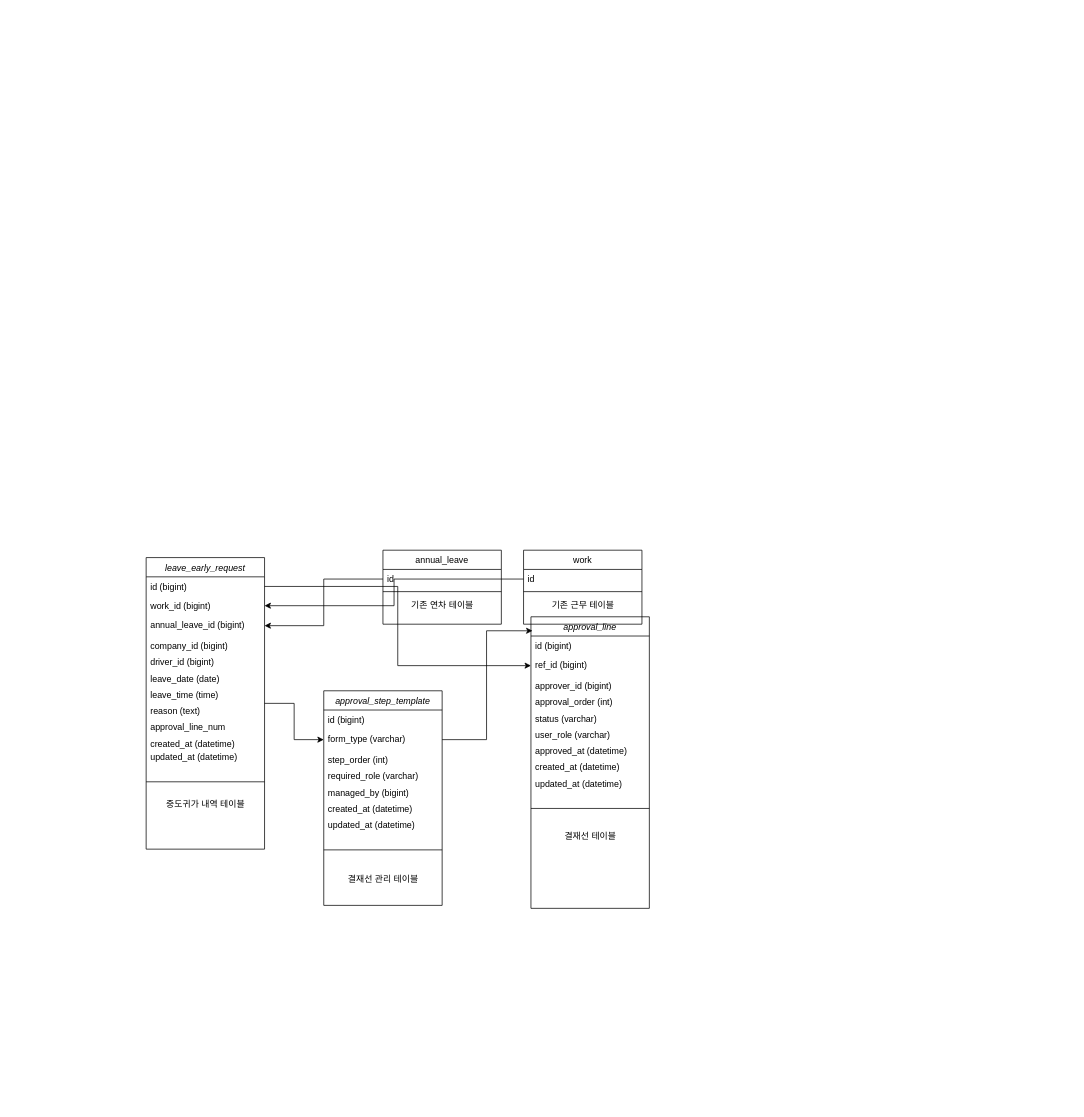
This is leaveEarly.drawio from kikii-develope/system_architecture_design, a draw.io file, before an edit. Source tidied: cells renumbered, new cells numbered last; positions are measured from the earlier drawing's top-left corner, leaving out a move shared by most shapes. Both pictures are drawn from the tidied source at 74%, with x=0, y=0 at pixel (146, 550).
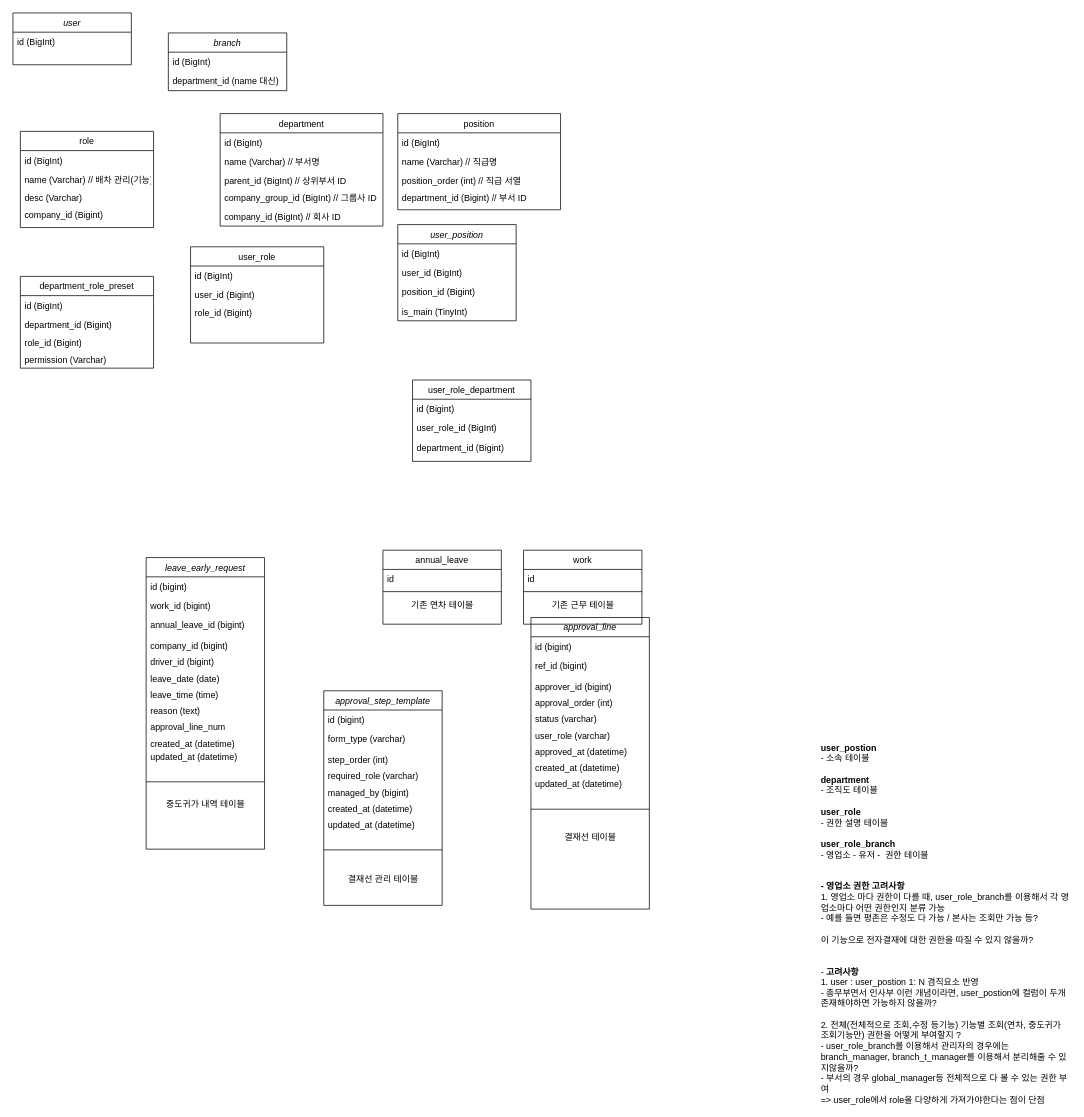
Above is the later version.

Commit message:
사용자 권한 ERD 정리

Unchanged cells that the change refers to:
```xml
<mxCell id="3" value="leave_early_request" style="swimlane;fontStyle=2;align=center;verticalAlign=top;horizontal=1;startSize=26;rounded=0;shadow=0;strokeWidth=1;" parent="1" vertex="1">
  <mxGeometry y="10" width="160" height="394" as="geometry" />
</mxCell>
<mxCell id="4" value="id (bigint)  " style="text;align=left;verticalAlign=top;spacingLeft=4;spacingRight=4;overflow=hidden;points=[[0,0.5],[1,0.5]];portConstraint=eastwest;" parent="3" vertex="1">
  <mxGeometry y="26" width="160" height="26" as="geometry" />
</mxCell>
<mxCell id="5" value="work_id (bigint)" style="text;align=left;verticalAlign=top;spacingLeft=4;spacingRight=4;overflow=hidden;points=[[0,0.5],[1,0.5]];portConstraint=eastwest;" parent="3" vertex="1">
  <mxGeometry y="52" width="160" height="26" as="geometry" />
</mxCell>
<mxCell id="6" value="annual_leave_id (bigint)&#10;" style="text;align=left;verticalAlign=top;spacingLeft=4;spacingRight=4;overflow=hidden;points=[[0,0.5],[1,0.5]];portConstraint=eastwest;rounded=0;shadow=0;html=0;" parent="3" vertex="1">
  <mxGeometry y="78" width="160" height="28" as="geometry" />
</mxCell>
<mxCell id="17" value="id" style="text;align=left;verticalAlign=top;spacingLeft=4;spacingRight=4;overflow=hidden;points=[[0,0.5],[1,0.5]];portConstraint=eastwest;" parent="16" vertex="1">
  <mxGeometry y="26" width="160" height="26" as="geometry" />
</mxCell>
<mxCell id="23" value="ref_id (bigint)" style="text;align=left;verticalAlign=top;spacingLeft=4;spacingRight=4;overflow=hidden;points=[[0,0.5],[1,0.5]];portConstraint=eastwest;rounded=0;shadow=0;html=0;" parent="21" vertex="1">
  <mxGeometry y="52" width="160" height="28" as="geometry" />
</mxCell>
<mxCell id="35" value="form_type (varchar)" style="text;align=left;verticalAlign=top;spacingLeft=4;spacingRight=4;overflow=hidden;points=[[0,0.5],[1,0.5]];portConstraint=eastwest;rounded=0;shadow=0;html=0;" parent="33" vertex="1">
  <mxGeometry y="52" width="160" height="28" as="geometry" />
</mxCell>
<mxCell id="47" value="id" style="text;align=left;verticalAlign=top;spacingLeft=4;spacingRight=4;overflow=hidden;points=[[0,0.5],[1,0.5]];portConstraint=eastwest;" parent="46" vertex="1">
  <mxGeometry y="26" width="160" height="26" as="geometry" />
</mxCell>
```

Diff of the diagram source:
```diff
@@
-    <mxCell id="2" style="edgeStyle=orthogonalEdgeStyle;rounded=0;jettySize=auto;html=1;entryX=0;entryY=0.5;entryDx=0;entryDy=0;" parent="1" edge="1" source="3" target="35">
-      <mxGeometry relative="1" as="geometry" />
-    </mxCell>
@@
-    <mxCell id="20" style="edgeStyle=orthogonalEdgeStyle;rounded=0;jettySize=auto;html=1;entryX=1;entryY=0.5;entryDx=0;entryDy=0;" parent="1" edge="1" source="17" target="6">
-      <mxGeometry relative="1" as="geometry" />
-    </mxCell>
     <mxCell id="21" value="approval_line" style="swimlane;fontStyle=2;align=center;verticalAlign=top;horizontal=1;startSize=26;rounded=0;shadow=0;strokeWidth=1;" parent="1" vertex="1">
-      <mxGeometry x="520" y="90" width="160" height="394" as="geometry" />
+      <mxGeometry x="520" y="91" width="160" height="394" as="geometry" />
     </mxCell>
@@
-    <mxCell id="43" style="edgeStyle=orthogonalEdgeStyle;rounded=0;jettySize=auto;html=1;entryX=0;entryY=0.5;entryDx=0;entryDy=0;" parent="1" edge="1" source="4" target="23">
-      <mxGeometry relative="1" as="geometry" />
-    </mxCell>
-    <mxCell id="44" style="edgeStyle=orthogonalEdgeStyle;rounded=0;jettySize=auto;html=1;entryX=0.013;entryY=0.048;entryDx=0;entryDy=0;entryPerimeter=0;" parent="1" edge="1" source="35" target="21">
-      <mxGeometry relative="1" as="geometry" />
-    </mxCell>
@@
-    <mxCell id="50" style="edgeStyle=orthogonalEdgeStyle;rounded=0;jettySize=auto;html=1;exitX=0;exitY=0.5;exitDx=0;exitDy=0;entryX=1;entryY=0.5;entryDx=0;entryDy=0;" parent="1" edge="1" source="47" target="5">
-      <mxGeometry relative="1" as="geometry" />
-    </mxCell>
+    <mxCell id="51" value="user_position" style="swimlane;fontStyle=2;align=center;verticalAlign=top;horizontal=1;startSize=26;rounded=0;shadow=0;strokeWidth=1;" parent="1" vertex="1">
+      <mxGeometry x="340" y="-440" width="160" height="130" as="geometry" />
+    </mxCell>
+    <mxCell id="52" value="id (BigInt)   " style="text;align=left;verticalAlign=top;spacingLeft=4;spacingRight=4;overflow=hidden;" parent="51" vertex="1">
+      <mxGeometry y="26" width="160" height="26" as="geometry" />
+    </mxCell>
+    <mxCell id="53" value="user_id (BigInt)" style="text;align=left;verticalAlign=top;spacingLeft=4;spacingRight=4;overflow=hidden;rounded=0;shadow=0;html=0;" parent="51" vertex="1">
+      <mxGeometry y="52" width="160" height="26" as="geometry" />
+    </mxCell>
+    <mxCell id="54" value="position_id (Bigint)" style="text;align=left;verticalAlign=top;spacingLeft=4;spacingRight=4;overflow=hidden;rounded=0;shadow=0;html=0;" parent="51" vertex="1">
+      <mxGeometry y="78" width="160" height="26" as="geometry" />
+    </mxCell>
+    <mxCell id="55" value="is_main (TinyInt)" style="text;align=left;verticalAlign=top;spacingLeft=4;spacingRight=4;overflow=hidden;rounded=0;shadow=0;html=0;" parent="51" vertex="1">
+      <mxGeometry y="104" width="160" height="26" as="geometry" />
+    </mxCell>
+    <mxCell id="56" value="department_role_preset" style="swimlane;fontStyle=0;align=center;verticalAlign=top;horizontal=1;startSize=26;rounded=0;shadow=0;strokeWidth=1;" parent="1" vertex="1">
+      <mxGeometry x="-170" y="-370" width="180" height="124" as="geometry" />
+    </mxCell>
+    <mxCell id="57" value="id (BigInt)" style="text;align=left;verticalAlign=top;spacingLeft=4;spacingRight=4;overflow=hidden;" parent="56" vertex="1">
+      <mxGeometry y="26" width="180" height="26" as="geometry" />
+    </mxCell>
+    <mxCell id="58" value="department_id (Bigint)" style="text;align=left;verticalAlign=top;spacingLeft=4;spacingRight=4;overflow=hidden;rounded=0;shadow=0;html=0;" parent="56" vertex="1">
+      <mxGeometry y="52" width="180" height="24" as="geometry" />
+    </mxCell>
+    <mxCell id="59" value="role_id (Bigint)" style="text;align=left;verticalAlign=top;spacingLeft=4;spacingRight=4;overflow=hidden;rounded=0;shadow=0;html=0;" parent="56" vertex="1">
+      <mxGeometry y="76" width="180" height="24" as="geometry" />
+    </mxCell>
+    <mxCell id="60" value="permission (Varchar)" style="text;align=left;verticalAlign=top;spacingLeft=4;spacingRight=4;overflow=hidden;rounded=0;shadow=0;html=0;" parent="56" vertex="1">
+      <mxGeometry y="100" width="180" height="24" as="geometry" />
+    </mxCell>
+    <mxCell id="61" value="user_role_department&#10;&#10;" style="swimlane;fontStyle=0;align=center;verticalAlign=top;horizontal=1;startSize=26;rounded=0;shadow=0;strokeWidth=1;" parent="1" vertex="1">
+      <mxGeometry x="360" y="-230" width="160" height="110" as="geometry" />
+    </mxCell>
+    <mxCell id="62" value="id (Bigint)" style="text;align=left;verticalAlign=top;spacingLeft=4;spacingRight=4;overflow=hidden;" parent="61" vertex="1">
+      <mxGeometry y="26" width="160" height="26" as="geometry" />
+    </mxCell>
+    <mxCell id="63" value="user_role_id (BigInt)" style="text;align=left;verticalAlign=top;spacingLeft=4;spacingRight=4;overflow=hidden;" parent="61" vertex="1">
+      <mxGeometry y="52" width="160" height="26" as="geometry" />
+    </mxCell>
+    <mxCell id="64" value="department_id (Bigint)" style="text;align=left;verticalAlign=top;spacingLeft=4;spacingRight=4;overflow=hidden;" parent="61" vertex="1">
+      <mxGeometry y="78" width="160" height="26" as="geometry" />
+    </mxCell>
+    <mxCell id="65" value="department" style="swimlane;fontStyle=0;align=center;verticalAlign=top;horizontal=1;startSize=26;rounded=0;shadow=0;strokeWidth=1;" parent="1" vertex="1">
+      <mxGeometry x="100" y="-590" width="220" height="152" as="geometry" />
+    </mxCell>
+    <mxCell id="66" value="id (BigInt)" style="text;align=left;verticalAlign=top;spacingLeft=4;spacingRight=4;overflow=hidden;" parent="65" vertex="1">
+      <mxGeometry y="26" width="220" height="26" as="geometry" />
+    </mxCell>
+    <mxCell id="67" value="name (Varchar) // 부서명" style="text;align=left;verticalAlign=top;spacingLeft=4;spacingRight=4;overflow=hidden;rounded=0;shadow=0;html=0;" parent="65" vertex="1">
+      <mxGeometry y="52" width="220" height="26" as="geometry" />
+    </mxCell>
+    <mxCell id="68" value="parent_id (BigInt) // 상위부서 ID" style="text;align=left;verticalAlign=top;spacingLeft=4;spacingRight=4;overflow=hidden;rounded=0;shadow=0;html=0;" parent="65" vertex="1">
+      <mxGeometry y="78" width="220" height="22" as="geometry" />
+    </mxCell>
+    <mxCell id="69" value="company_group_id (BigInt) // 그룹사 ID" style="text;align=left;verticalAlign=top;spacingLeft=4;spacingRight=4;overflow=hidden;rounded=0;shadow=0;html=0;" parent="65" vertex="1">
+      <mxGeometry y="100" width="220" height="26" as="geometry" />
+    </mxCell>
+    <mxCell id="70" value="company_id (BigInt) // 회사 ID" style="text;align=left;verticalAlign=top;spacingLeft=4;spacingRight=4;overflow=hidden;rounded=0;shadow=0;html=0;" parent="65" vertex="1">
+      <mxGeometry y="126" width="220" height="26" as="geometry" />
+    </mxCell>
+    <mxCell id="71" value="user" style="swimlane;fontStyle=2;align=center;verticalAlign=top;horizontal=1;startSize=26;rounded=0;shadow=0;strokeWidth=1;" parent="1" vertex="1">
+      <mxGeometry x="-180" y="-726" width="160" height="70" as="geometry" />
+    </mxCell>
+    <mxCell id="72" value="id (BigInt)   " style="text;align=left;verticalAlign=top;spacingLeft=4;spacingRight=4;overflow=hidden;" parent="71" vertex="1">
+      <mxGeometry y="26" width="160" height="26" as="geometry" />
+    </mxCell>
+    <mxCell id="73" value="branch" style="swimlane;fontStyle=2;align=center;verticalAlign=top;horizontal=1;startSize=26;rounded=0;shadow=0;strokeWidth=1;" parent="1" vertex="1">
+      <mxGeometry x="30" y="-699" width="160" height="78" as="geometry" />
+    </mxCell>
+    <mxCell id="74" value="id (BigInt)   " style="text;align=left;verticalAlign=top;spacingLeft=4;spacingRight=4;overflow=hidden;" parent="73" vertex="1">
+      <mxGeometry y="26" width="160" height="26" as="geometry" />
+    </mxCell>
+    <mxCell id="75" value="department_id (name 대신)" style="text;align=left;verticalAlign=top;spacingLeft=4;spacingRight=4;overflow=hidden;" parent="73" vertex="1">
+      <mxGeometry y="52" width="160" height="26" as="geometry" />
+    </mxCell>
+    <mxCell id="76" value="&lt;b&gt;user_postion&lt;/b&gt;&lt;br&gt;- 소속 테이블&lt;div&gt;&lt;br&gt;&lt;/div&gt;&lt;div&gt;&lt;b&gt;department&lt;/b&gt;&lt;br&gt;- 조직도 테이블&lt;br&gt;&lt;br&gt;&lt;/div&gt;&lt;div&gt;&lt;b&gt;user_role&lt;/b&gt;&lt;br&gt;- 권한 설명 테이블&lt;/div&gt;&lt;div&gt;&lt;br&gt;&lt;/div&gt;&lt;div&gt;&lt;b&gt;user_role_branch&lt;/b&gt;&lt;/div&gt;&lt;div&gt;- 영업소 - 유저 -&amp;nbsp; 권한 테이블&lt;br&gt;&lt;br&gt;&lt;br&gt;&lt;b&gt;- 영업소 권한 고려사항&lt;/b&gt;&lt;br&gt;1. 영업소 마다 권한이 다를 때, user_role_branch를 이용해서 각 영업소마다 어떤 권한인지 분류 가능&lt;br&gt;- 예를 들면 평촌은 수정도 다 가능 / 본사는 조회만 가능 등?&lt;/div&gt;&lt;div&gt;&lt;br&gt;&lt;/div&gt;&lt;div&gt;이 기능으로 전자결재에 대한 권한을 따질 수 있지 않을까?&lt;/div&gt;&lt;div&gt;&lt;br&gt;&lt;br&gt;-&lt;b&gt; 고려사항&lt;/b&gt;&lt;br&gt;1. user : user_postion 1: N 겸직요소 반영&lt;/div&gt;&lt;div&gt;- 총무부면서 인사부 이런 개념이라면, user_postion에 컬럼이 두개 존재해야하면 가능하지 않을까?&lt;/div&gt;&lt;div&gt;&lt;br&gt;&lt;/div&gt;&lt;div&gt;2. 전체(전체적으로 조회,수정 등기능) 기능별 조회(연차, 중도귀가 조회기능만) 권한을 어떻게 부여할지 ?&lt;/div&gt;&lt;div&gt;- user_role_branch를 이용해서 관리자의 경우에는 branch_manager, branch_t_manager를 이용해서 분리해줄 수 있지않을까?&lt;br&gt;- 부서의 경우 global_manager등 전체적으로 다 볼 수 있는 권한 부여&lt;/div&gt;&lt;div&gt;=&amp;gt; user_role에서 role을 다양하게 가져가야한다는 점이 단점&lt;/div&gt;" style="text;html=1;align=left;verticalAlign=middle;whiteSpace=wrap;rounded=0;" parent="1" vertex="1">
+      <mxGeometry x="910" y="270" width="340" height="470" as="geometry" />
+    </mxCell>
+    <mxCell id="77" value="position" style="swimlane;fontStyle=0;align=center;verticalAlign=top;horizontal=1;startSize=26;rounded=0;shadow=0;strokeWidth=1;" parent="1" vertex="1">
+      <mxGeometry x="340" y="-590" width="220" height="130" as="geometry" />
+    </mxCell>
+    <mxCell id="78" value="id (BigInt)" style="text;align=left;verticalAlign=top;spacingLeft=4;spacingRight=4;overflow=hidden;" parent="77" vertex="1">
+      <mxGeometry y="26" width="220" height="26" as="geometry" />
+    </mxCell>
+    <mxCell id="79" value="name (Varchar) // 직급명" style="text;align=left;verticalAlign=top;spacingLeft=4;spacingRight=4;overflow=hidden;rounded=0;shadow=0;html=0;" parent="77" vertex="1">
+      <mxGeometry y="52" width="220" height="26" as="geometry" />
+    </mxCell>
+    <mxCell id="80" value="position_order (int) // 직급 서열" style="text;align=left;verticalAlign=top;spacingLeft=4;spacingRight=4;overflow=hidden;rounded=0;shadow=0;html=0;" parent="77" vertex="1">
+      <mxGeometry y="78" width="220" height="22" as="geometry" />
+    </mxCell>
+    <mxCell id="81" value="department_id (Bigint) // 부서 ID" style="text;align=left;verticalAlign=top;spacingLeft=4;spacingRight=4;overflow=hidden;rounded=0;shadow=0;html=0;" parent="77" vertex="1">
+      <mxGeometry y="100" width="220" height="26" as="geometry" />
+    </mxCell>
+    <mxCell id="82" value="role" style="swimlane;fontStyle=0;align=center;verticalAlign=top;horizontal=1;startSize=26;rounded=0;shadow=0;strokeWidth=1;" parent="1" vertex="1">
+      <mxGeometry x="-170" y="-566" width="180" height="130" as="geometry" />
+    </mxCell>
+    <mxCell id="83" value="id (BigInt)" style="text;align=left;verticalAlign=top;spacingLeft=4;spacingRight=4;overflow=hidden;" parent="82" vertex="1">
+      <mxGeometry y="26" width="180" height="26" as="geometry" />
+    </mxCell>
+    <mxCell id="84" value="name (Varchar) // 배차 관리(기능)" style="text;align=left;verticalAlign=top;spacingLeft=4;spacingRight=4;overflow=hidden;rounded=0;shadow=0;html=0;" parent="82" vertex="1">
+      <mxGeometry y="52" width="180" height="24" as="geometry" />
+    </mxCell>
+    <mxCell id="85" value="desc (Varchar)" style="text;align=left;verticalAlign=top;spacingLeft=4;spacingRight=4;overflow=hidden;rounded=0;shadow=0;html=0;" parent="82" vertex="1">
+      <mxGeometry y="76" width="180" height="24" as="geometry" />
+    </mxCell>
+    <mxCell id="86" value="company_id (Bigint)" style="text;align=left;verticalAlign=top;spacingLeft=4;spacingRight=4;overflow=hidden;rounded=0;shadow=0;html=0;" parent="82" vertex="1">
+      <mxGeometry y="100" width="180" height="24" as="geometry" />
+    </mxCell>
+    <mxCell id="87" value="user_role" style="swimlane;fontStyle=0;align=center;verticalAlign=top;horizontal=1;startSize=26;rounded=0;shadow=0;strokeWidth=1;" parent="1" vertex="1">
+      <mxGeometry x="60" y="-410" width="180" height="130" as="geometry" />
+    </mxCell>
+    <mxCell id="88" value="id (BigInt)" style="text;align=left;verticalAlign=top;spacingLeft=4;spacingRight=4;overflow=hidden;" parent="87" vertex="1">
+      <mxGeometry y="26" width="180" height="26" as="geometry" />
+    </mxCell>
+    <mxCell id="89" value="user_id (Bigint)" style="text;align=left;verticalAlign=top;spacingLeft=4;spacingRight=4;overflow=hidden;rounded=0;shadow=0;html=0;" parent="87" vertex="1">
+      <mxGeometry y="52" width="180" height="24" as="geometry" />
+    </mxCell>
+    <mxCell id="90" value="role_id (Bigint)" style="text;align=left;verticalAlign=top;spacingLeft=4;spacingRight=4;overflow=hidden;rounded=0;shadow=0;html=0;" parent="87" vertex="1">
+      <mxGeometry y="76" width="180" height="24" as="geometry" />
+    </mxCell>
```
